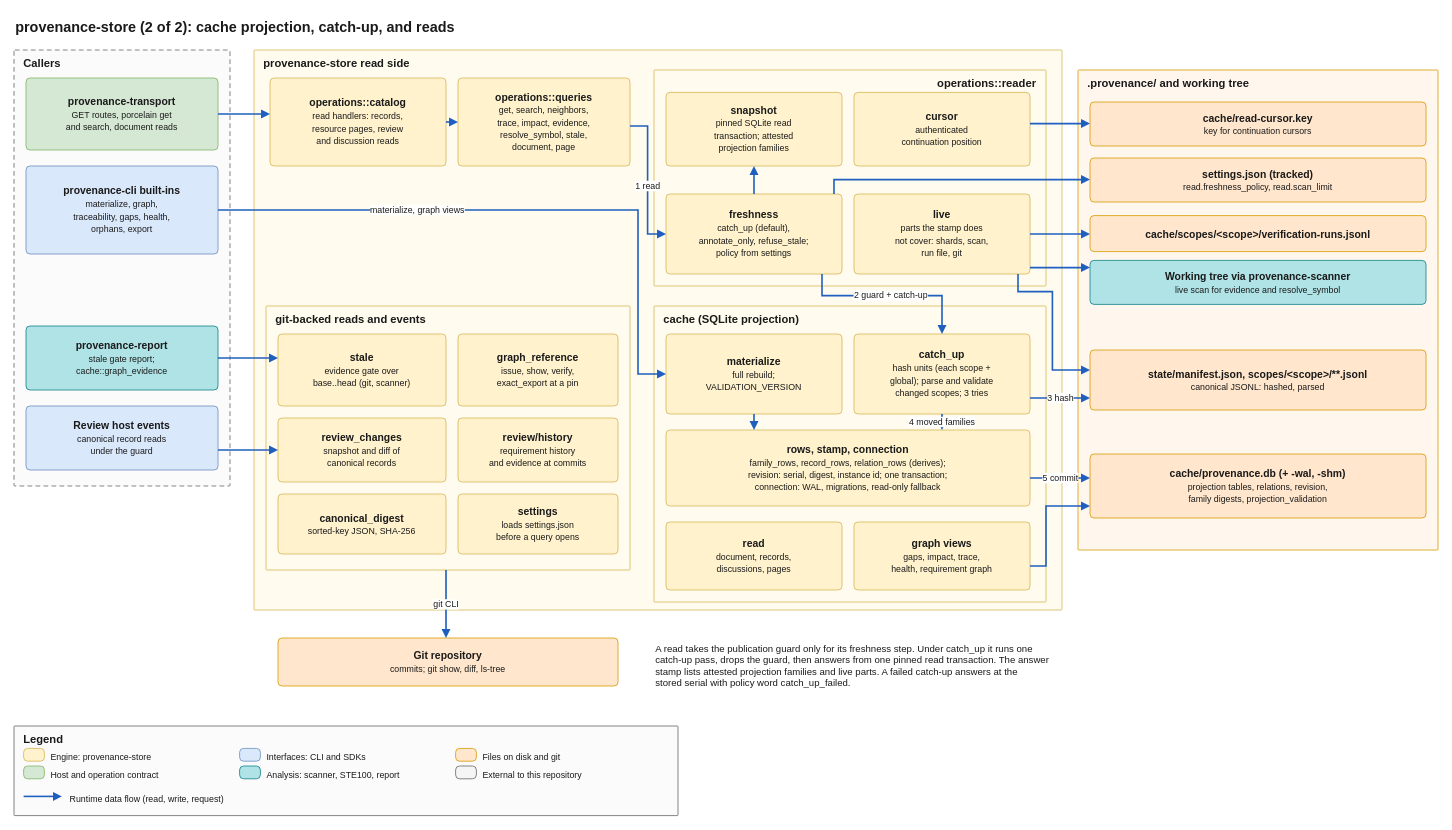
The draw.io diagram docs/architecture/diagrams/03-store-cache-and-reads.drawio in quality-sh/provenance, before the edit. Source tidied: cells renumbered, new cells numbered last; positions are measured from the earlier drawing's top-left corner, leaving out a move shared by most shapes. Both pictures are drawn from the tidied source at 80%, with x=0, y=0 at pixel (14, 14).
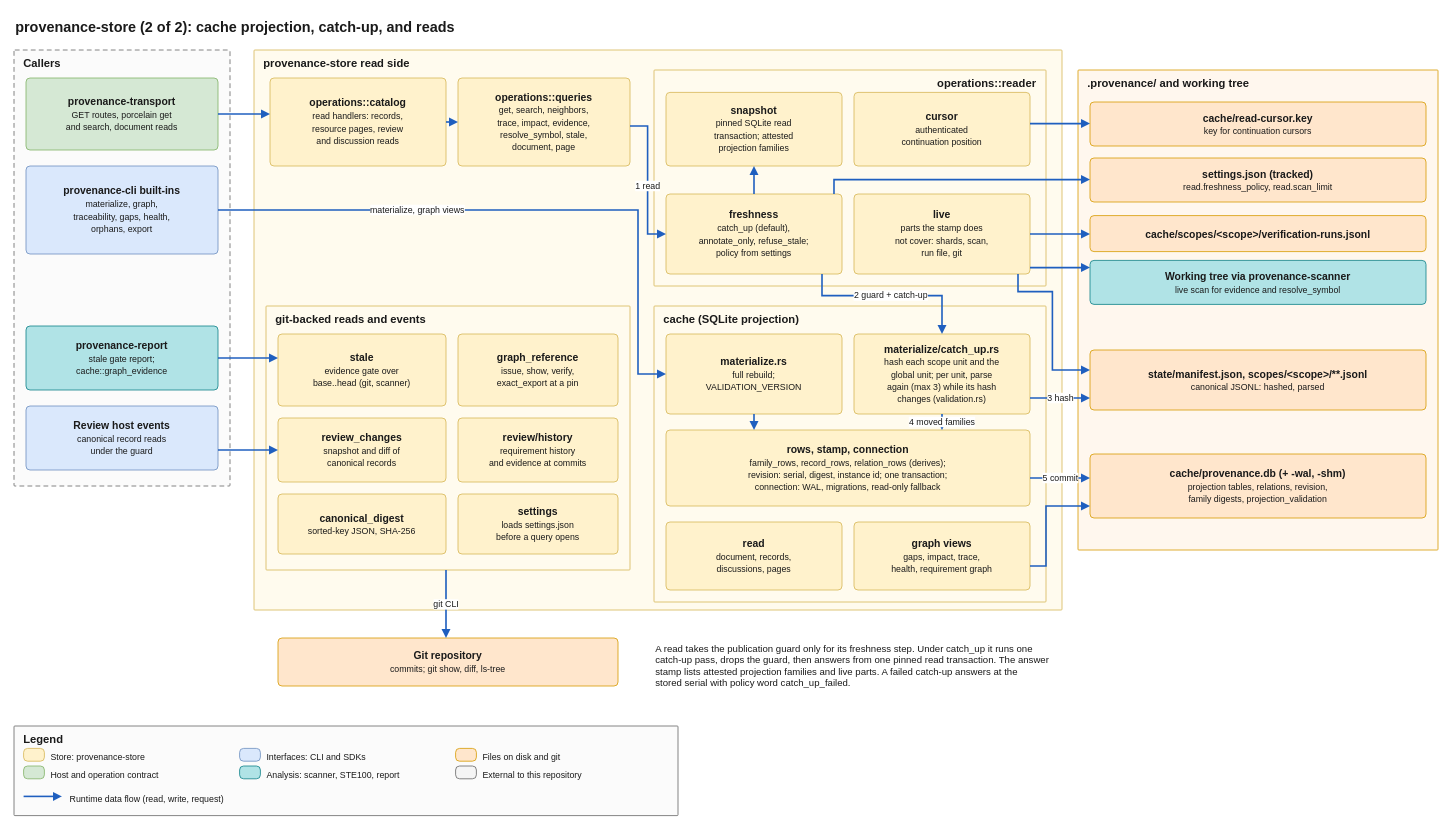
The same page after the edit.

The change refers to these unchanged cells:
```xml
<mxCell id="16" value="cache (SQLite projection)" style="rounded=1;arcSize=2;absoluteArcSize=1;whiteSpace=wrap;html=1;fillColor=#fffbee;strokeColor=#d6b656;verticalAlign=top;align=left;spacingLeft=10;spacingRight=10;spacingTop=2;fontStyle=1;fontSize=14;fontColor=#1a1a1a;" parent="8" vertex="1">
  <mxGeometry x="500" y="320" width="490" height="370" as="geometry" />
</mxCell>
<mxCell id="38" value="Legend" style="rounded=1;arcSize=2;absoluteArcSize=1;whiteSpace=wrap;html=1;fillColor=#fbfbfb;strokeColor=#666666;verticalAlign=top;align=left;spacingLeft=10;spacingRight=10;spacingTop=2;fontStyle=1;fontSize=14;fontColor=#1a1a1a;" parent="1" vertex="1">
  <mxGeometry y="890" width="830" height="112" as="geometry" />
</mxCell>
```

The edit, as a diff of the source:
```diff
@@
-    <mxCell id="17" value="&lt;b&gt;materialize&lt;/b&gt;&lt;br&gt;&lt;font style=&quot;font-size:11px&quot;&gt;full rebuild;&lt;br&gt;VALIDATION_VERSION&lt;/font&gt;" style="rounded=1;arcSize=10;absoluteArcSize=1;whiteSpace=wrap;html=1;fillColor=#fff2cc;strokeColor=#d6b656;fontSize=13;fontColor=#1a1a1a;verticalAlign=middle;align=center;spacing=4;" parent="16" vertex="1">
+    <mxCell id="17" value="&lt;b&gt;materialize.rs&lt;/b&gt;&lt;br&gt;&lt;font style=&quot;font-size:11px&quot;&gt;full rebuild;&lt;br&gt;VALIDATION_VERSION&lt;/font&gt;" style="rounded=1;arcSize=10;absoluteArcSize=1;whiteSpace=wrap;html=1;fillColor=#fff2cc;strokeColor=#d6b656;fontSize=13;fontColor=#1a1a1a;verticalAlign=middle;align=center;spacing=4;" parent="16" vertex="1">
       <mxGeometry x="15" y="35" width="220" height="100" as="geometry" />
     </mxCell>
-    <mxCell id="18" value="&lt;b&gt;catch_up&lt;/b&gt;&lt;br&gt;&lt;font style=&quot;font-size:11px&quot;&gt;hash units (each scope +&lt;br&gt;global); parse and validate&lt;br&gt;changed scopes; 3 tries&lt;/font&gt;" style="rounded=1;arcSize=10;absoluteArcSize=1;whiteSpace=wrap;html=1;fillColor=#fff2cc;strokeColor=#d6b656;fontSize=13;fontColor=#1a1a1a;verticalAlign=middle;align=center;spacing=4;" parent="16" vertex="1">
+    <mxCell id="18" value="&lt;b&gt;materialize/catch_up.rs&lt;/b&gt;&lt;br&gt;&lt;font style=&quot;font-size:11px&quot;&gt;hash each scope unit and the&lt;br&gt;global unit; per unit, parse&lt;br&gt;again (max 3) while its hash&lt;br&gt;changes (validation.rs)&lt;/font&gt;" style="rounded=1;arcSize=10;absoluteArcSize=1;whiteSpace=wrap;html=1;fillColor=#fff2cc;strokeColor=#d6b656;fontSize=13;fontColor=#1a1a1a;verticalAlign=middle;align=center;spacing=4;" parent="16" vertex="1">
       <mxGeometry x="250" y="35" width="220" height="100" as="geometry" />
     </mxCell>
@@
-    <mxCell id="40" value="Engine: provenance-store" style="text;html=1;whiteSpace=wrap;align=left;verticalAlign=top;fontSize=11;fontColor=#1a1a1a;" parent="38" vertex="1">
+    <mxCell id="40" value="Store: provenance-store" style="text;html=1;whiteSpace=wrap;align=left;verticalAlign=top;fontSize=11;fontColor=#1a1a1a;" parent="38" vertex="1">
       <mxGeometry x="44" y="26" width="230" height="20" as="geometry" />
     </mxCell>
```
